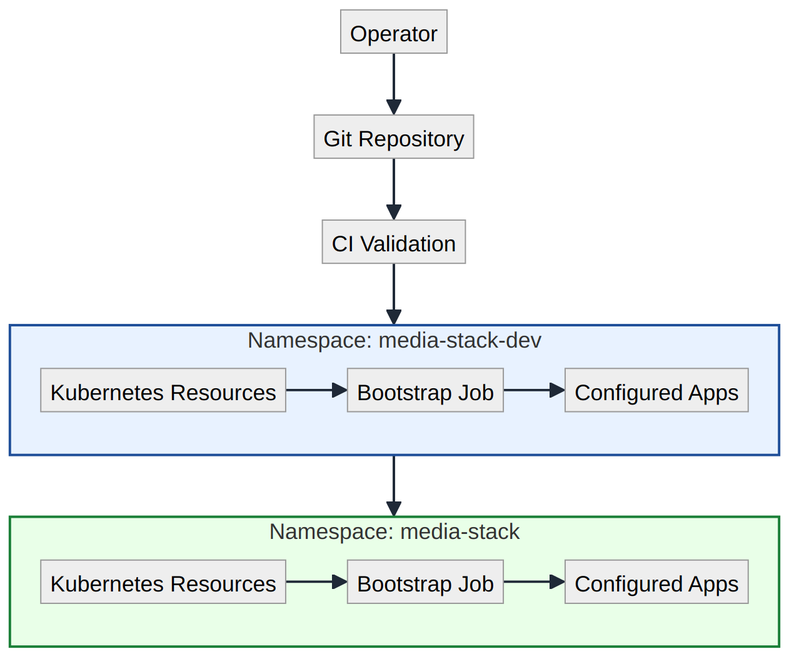
The Mermaid diagram docs/diagrams/deployment-model.png in mploschiavo/mediaserver, before a commit. Its source is kept beside it as docs/diagrams/deployment-model.mmd. Its diagram source:
```mermaid
flowchart TB
  OP[Operator]
  GIT[Git Repository]
  CI[CI Validation]

  subgraph K8S[Kubernetes Path]
    subgraph ENV1[Namespace: media-dev]
      K8S1[Kustomize Manifests]
      BOOT1[Bootstrap Service API :9100]
      ENVOY1[Envoy Gateway]
      APPS1[19 Configured Apps]
    end
    subgraph ENV2[Namespace: media-stack]
      K8S2[Kustomize Manifests]
      BOOT2[Bootstrap Service API :9100]
      ENVOY2[Envoy Gateway]
      APPS2[19 Configured Apps]
    end
  end

  subgraph COMPOSE[Docker Compose Path]
    DC[docker-compose.yml]
    BOOT3[bootstrap-runner :9100]
    ENVOY3[Envoy Gateway :80]
    APPS3[19 Configured Apps]
  end

  OP --> GIT
  GIT --> CI
  CI --> K8S
  CI --> COMPOSE
  ENV1 --> ENV2

  K8S1 --> BOOT1 --> APPS1
  BOOT1 --> ENVOY1
  K8S2 --> BOOT2 --> APPS2
  BOOT2 --> ENVOY2

  DC --> BOOT3 --> APPS3
  BOOT3 --> ENVOY3

  style ENV1 fill:#e8f2ff,stroke:#1f4f99,stroke-width:2px
  style ENV2 fill:#e9ffe8,stroke:#1a7f37,stroke-width:2px
  style COMPOSE fill:#fff3e0,stroke:#e65100,stroke-width:2px
```
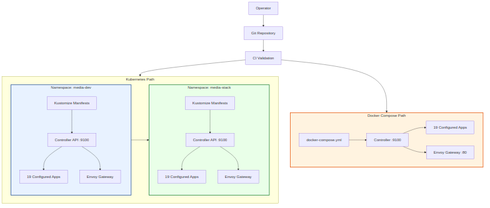
Later version of the same file.

Commit message:
Fix deployment-model diagram: bootstrap-runner → Controller

Change to the diagram source:
```diff
@@ -6,13 +6,13 @@
   subgraph K8S[Kubernetes Path]
     subgraph ENV1[Namespace: media-dev]
       K8S1[Kustomize Manifests]
-      BOOT1[Bootstrap Service API :9100]
+      BOOT1[Controller API :9100]
       ENVOY1[Envoy Gateway]
       APPS1[19 Configured Apps]
     end
     subgraph ENV2[Namespace: media-stack]
       K8S2[Kustomize Manifests]
-      BOOT2[Bootstrap Service API :9100]
+      BOOT2[Controller API :9100]
       ENVOY2[Envoy Gateway]
       APPS2[19 Configured Apps]
     end
@@ -20,7 +20,7 @@
 
   subgraph COMPOSE[Docker Compose Path]
     DC[docker-compose.yml]
-    BOOT3[bootstrap-runner :9100]
+    BOOT3[Controller :9100]
     ENVOY3[Envoy Gateway :80]
     APPS3[19 Configured Apps]
   end
```
